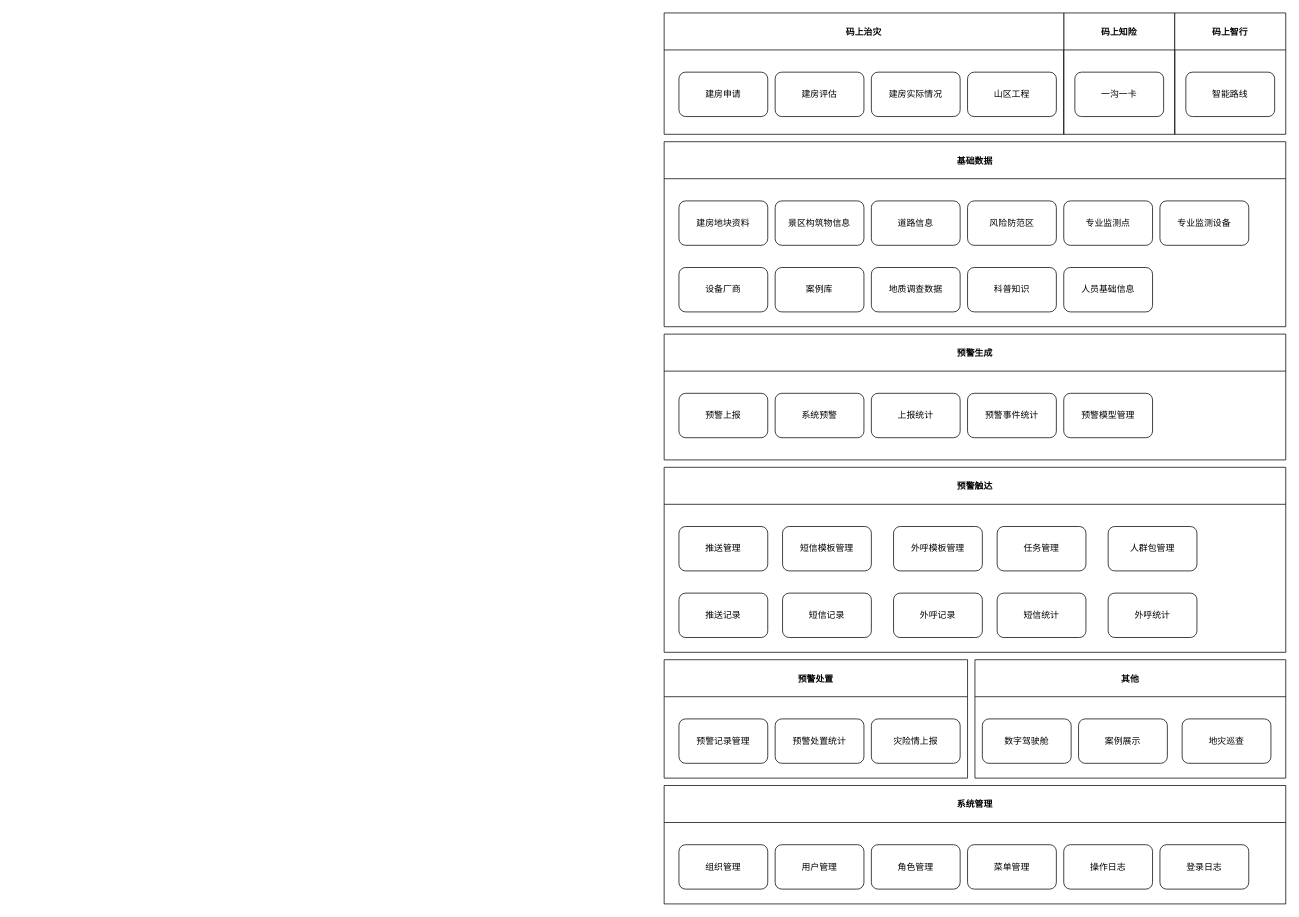
Before: 柯城地灾模块设计.drawio in shoacom/docs, a draw.io diagram. Source tidied: cells renumbered, new cells numbered last; positions are measured from the earlier drawing's top-left corner, leaving out a move shared by most shapes. Both pictures are drawn from the tidied source at 74%, with x=0, y=0 at pixel (664, 13).
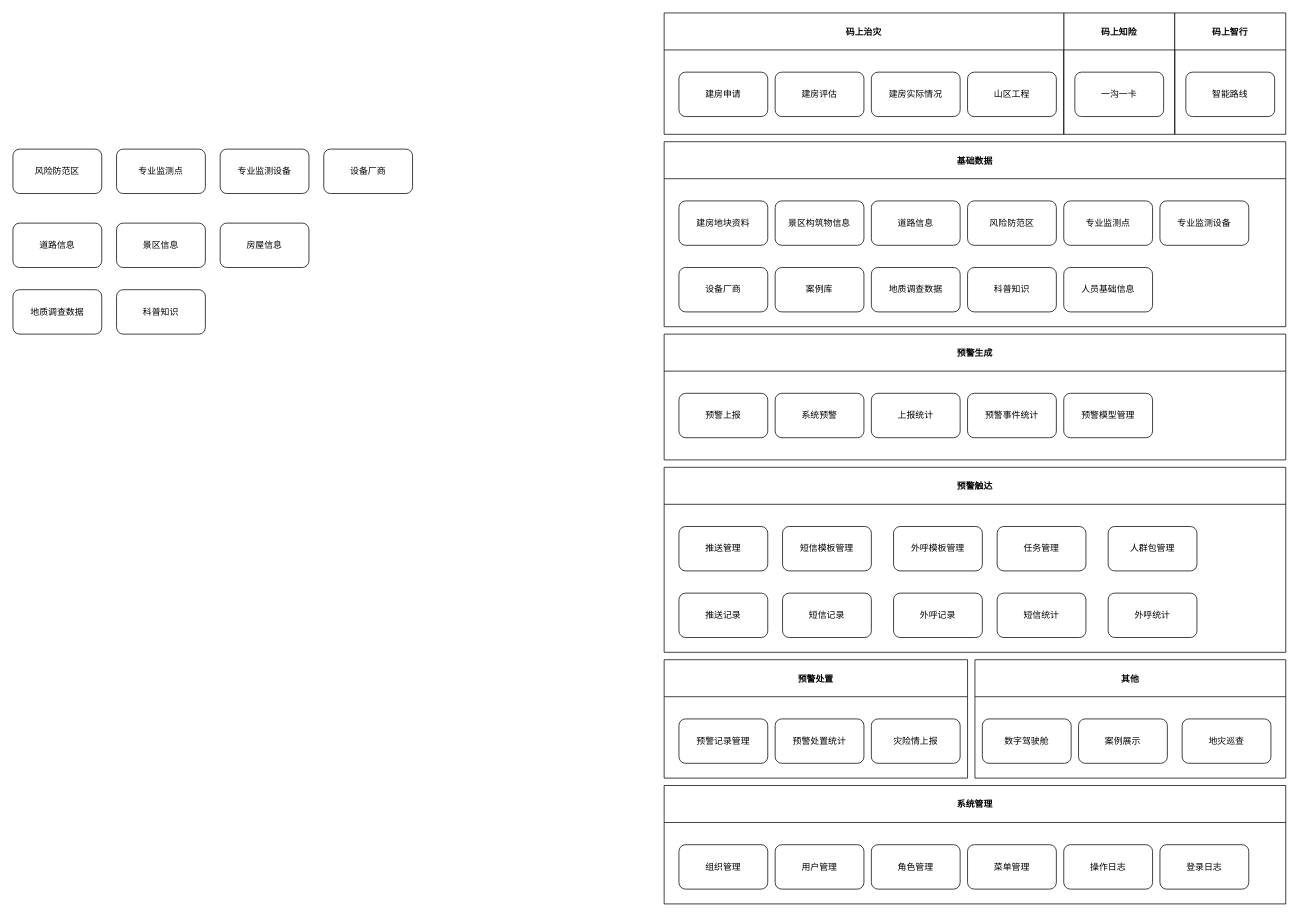
The same diagram, later.

Commit message:
Update 柯城地灾模块设计.drawio

The edit, as a diff of the source:
```diff
@@
+    <mxCell id="55" value="风险防范区" style="rounded=1;whiteSpace=wrap;html=1;labelBackgroundColor=default;fontColor=default;strokeColor=default;fillColor=default;" parent="1" vertex="1">
+      <mxGeometry x="-880" y="184" width="120" height="60" as="geometry" />
+    </mxCell>
+    <mxCell id="56" value="专业监测点" style="rounded=1;whiteSpace=wrap;html=1;labelBackgroundColor=default;fontColor=default;strokeColor=default;fillColor=default;" parent="1" vertex="1">
+      <mxGeometry x="-740" y="184" width="120" height="60" as="geometry" />
+    </mxCell>
+    <mxCell id="57" value="专业监测设备" style="rounded=1;whiteSpace=wrap;html=1;labelBackgroundColor=default;fontColor=default;strokeColor=default;fillColor=default;" parent="1" vertex="1">
+      <mxGeometry x="-600" y="184" width="120" height="60" as="geometry" />
+    </mxCell>
+    <mxCell id="58" value="设备厂商" style="rounded=1;whiteSpace=wrap;html=1;labelBackgroundColor=default;fontColor=default;strokeColor=default;fillColor=default;" parent="1" vertex="1">
+      <mxGeometry x="-460" y="184" width="120" height="60" as="geometry" />
+    </mxCell>
+    <mxCell id="59" value="地质调查数据" style="rounded=1;whiteSpace=wrap;html=1;labelBackgroundColor=default;fontColor=default;strokeColor=default;fillColor=default;" parent="1" vertex="1">
+      <mxGeometry x="-880" y="374" width="120" height="60" as="geometry" />
+    </mxCell>
+    <mxCell id="60" value="科普知识" style="rounded=1;whiteSpace=wrap;html=1;labelBackgroundColor=default;fontColor=default;strokeColor=default;fillColor=default;" parent="1" vertex="1">
+      <mxGeometry x="-740" y="374" width="120" height="60" as="geometry" />
+    </mxCell>
+    <mxCell id="61" value="房屋信息" style="whiteSpace=wrap;html=1;rounded=1;fillColor=default;strokeColor=default;fontColor=default;labelBackgroundColor=default;" parent="1" vertex="1">
+      <mxGeometry x="-600" y="284" width="120" height="60" as="geometry" />
+    </mxCell>
+    <mxCell id="62" value="道路信息" style="whiteSpace=wrap;html=1;rounded=1;fillColor=default;strokeColor=default;fontColor=default;labelBackgroundColor=default;" parent="1" vertex="1">
+      <mxGeometry x="-880" y="284" width="120" height="60" as="geometry" />
+    </mxCell>
+    <mxCell id="63" value="景区信息" style="whiteSpace=wrap;html=1;rounded=1;fillColor=default;strokeColor=default;fontColor=default;labelBackgroundColor=default;" parent="1" vertex="1">
+      <mxGeometry x="-740" y="284" width="120" height="60" as="geometry" />
+    </mxCell>
```
